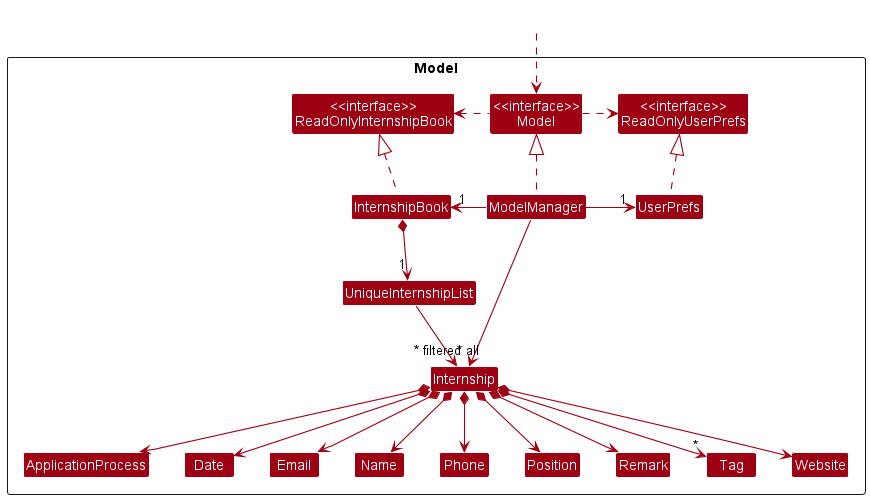
This is docs/images/ModelClassDiagram.png from nus-cs2103-AY2223S1/tp, a PlantUML export, as it was before one commit.
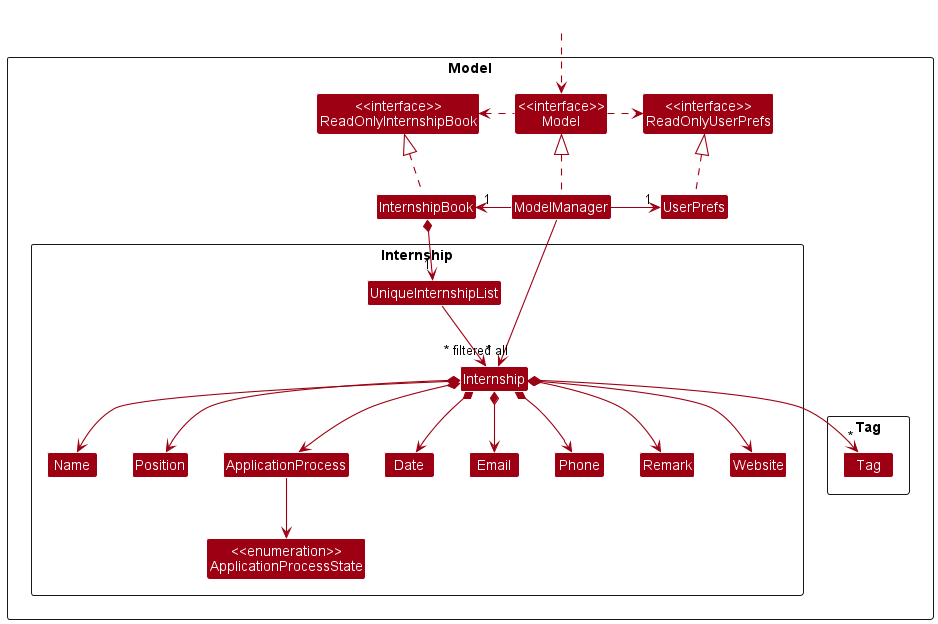
The same diagram one commit later.

Commit message:
Update model class diagram

The edit, as a diff of the source:
```diff
@@ -12,17 +12,23 @@
 Class ModelManager
 Class UserPrefs
 
-Class UniqueInternshipList
-Class ApplicationProcess
+Package "Internship" <<Rectangle>> {
+Class "Internship" as Internship
+Class Name
+Class Position
+Class "ApplicationProcess" as ApplicationProcess
 Class Date
 Class Email
-Class Internship
-Class Name
 Class Phone
-Class Position
 Class Remark
-Class Tag
 Class Website
+Class UniqueInternshipList
+Class "<<enumeration>>\nApplicationProcessState" as ApplicationProcessState
+}
+
+Package "Tag" <<Rectangle>> {
+Class "Tag" as Tag
+}
 
 }
 
@@ -52,4 +58,7 @@
 Internship *--> "*" Tag
 
 
+ApplicationProcess --> ApplicationProcessState
+
+
 @enduml
```
